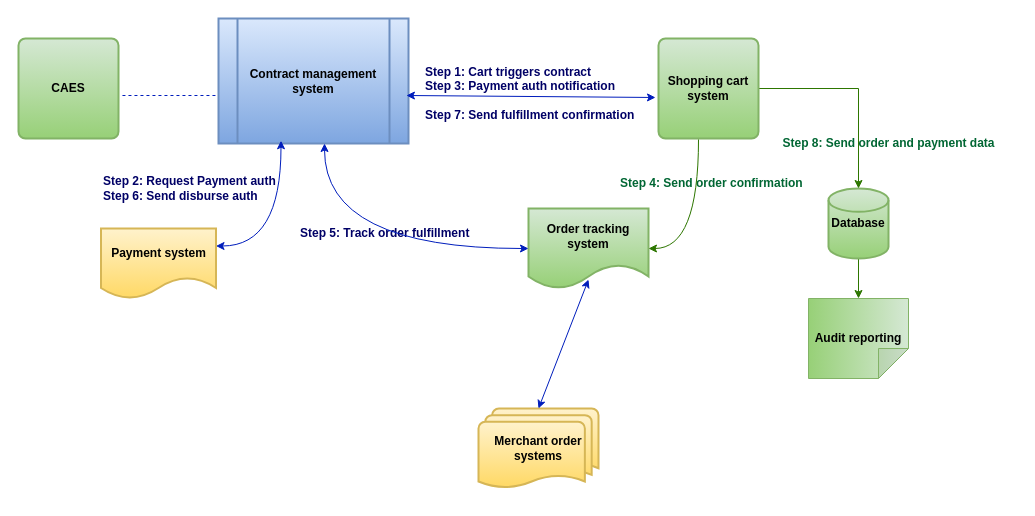
Before: Untitled Diagram.drawio in SivAlka/innovate, a draw.io diagram. Source tidied: cells renumbered, new cells numbered last; positions are measured from the earlier drawing's top-left corner, leaving out a move shared by most shapes. Both pictures are drawn from the tidied source at 100%, with x=0, y=0 at pixel (18, 18).
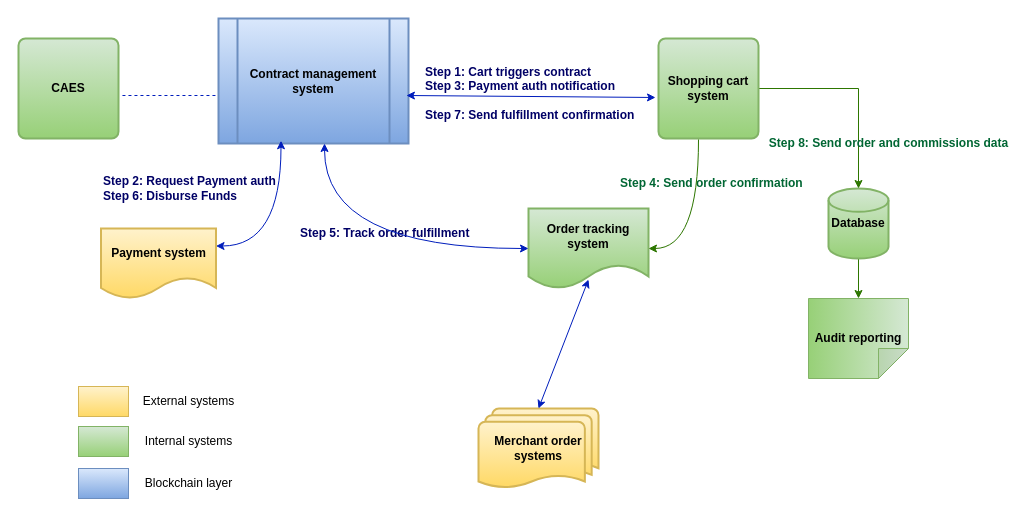
After the change.

What changed in the source:
```diff
@@
-    <mxCell id="10" value="Step 2: Request Payment auth&lt;br&gt;Step 6: Send disburse auth" style="text;html=1;align=left;verticalAlign=middle;strokeColor=none;fillColor=none;fontStyle=1;fontColor=#000066;" parent="1" vertex="1">
+    <mxCell id="10" value="Step 2: Request Payment auth&lt;br&gt;Step 6: Disburse Funds" style="text;html=1;align=left;verticalAlign=middle;strokeColor=none;fillColor=none;fontStyle=1;fontColor=#000066;" parent="1" vertex="1">
       <mxGeometry x="82.5" y="150" width="200" height="40" as="geometry" />
     </mxCell>
@@
-    <mxCell id="19" value="Step 8: Send order and payment data" style="text;html=1;align=center;verticalAlign=middle;strokeColor=none;fillColor=none;fontColor=#006633;fontStyle=1;" parent="1" vertex="1">
-      <mxGeometry x="750" y="110" width="240" height="30" as="geometry" />
+    <mxCell id="19" value="Step 8: Send order and commissions data" style="text;html=1;align=center;verticalAlign=middle;strokeColor=none;fillColor=none;fontColor=#006633;fontStyle=1;" parent="1" vertex="1">
+      <mxGeometry x="740" y="110" width="260" height="30" as="geometry" />
     </mxCell>
@@
+    <mxCell id="23" value="External systems" style="text;html=1;align=center;verticalAlign=middle;strokeColor=none;fillColor=none;" parent="1" vertex="1">
+      <mxGeometry x="115" y="368" width="110" height="30" as="geometry" />
+    </mxCell>
+    <mxCell id="24" value="Internal systems" style="text;html=1;align=center;verticalAlign=middle;strokeColor=none;fillColor=none;" parent="1" vertex="1">
+      <mxGeometry x="115" y="408" width="110" height="30" as="geometry" />
+    </mxCell>
+    <mxCell id="25" value="Blockchain layer" style="text;html=1;align=center;verticalAlign=middle;strokeColor=none;fillColor=none;" parent="1" vertex="1">
+      <mxGeometry x="115" y="450" width="110" height="30" as="geometry" />
+    </mxCell>
+    <mxCell id="26" style="rounded=0;whiteSpace=wrap;html=1;fillColor=#fff2cc;gradientColor=#ffd966;strokeColor=#d6b656;" parent="1" vertex="1">
+      <mxGeometry x="60" y="368" width="50" height="30" as="geometry" />
+    </mxCell>
+    <mxCell id="27" style="rounded=0;whiteSpace=wrap;html=1;fillColor=#d5e8d4;gradientColor=#97d077;strokeColor=#82b366;" parent="1" vertex="1">
+      <mxGeometry x="60" y="408" width="50" height="30" as="geometry" />
+    </mxCell>
+    <mxCell id="28" style="rounded=0;whiteSpace=wrap;html=1;fillColor=#dae8fc;gradientColor=#7ea6e0;strokeColor=#6c8ebf;" parent="1" vertex="1">
+      <mxGeometry x="60" y="450" width="50" height="30" as="geometry" />
+    </mxCell>
```
